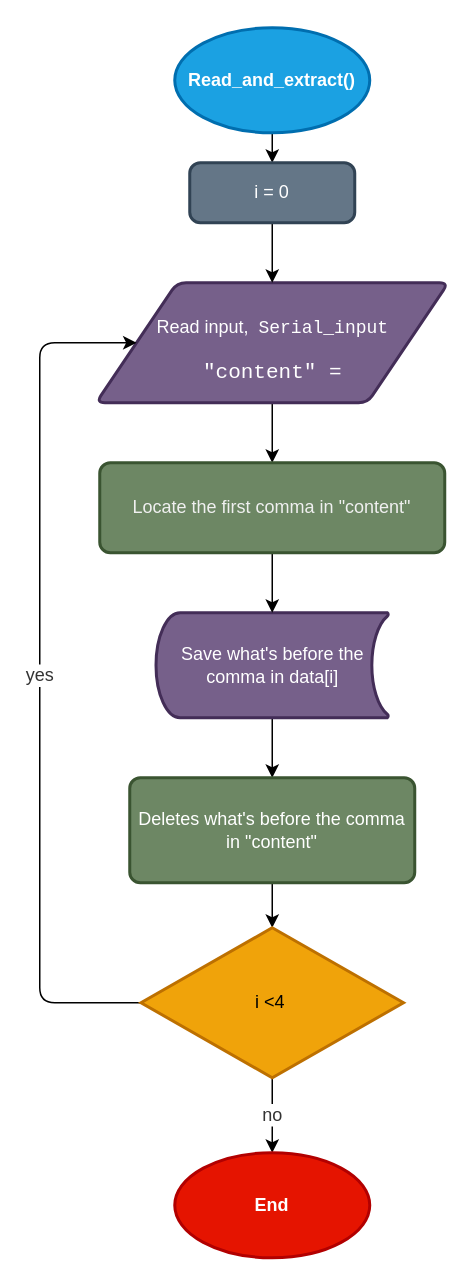
Earlier version of the draw.io diagram Flow charts/read_and_extract().drawio (Thibault-GILLARD/Blue_Robot_2022). Source tidied: cells renumbered, new cells numbered last; positions are measured from the earlier drawing's top-left corner, leaving out a move shared by most shapes. Both pictures are drawn from the tidied source at 150%, with x=0, y=0 at pixel (39, 27).
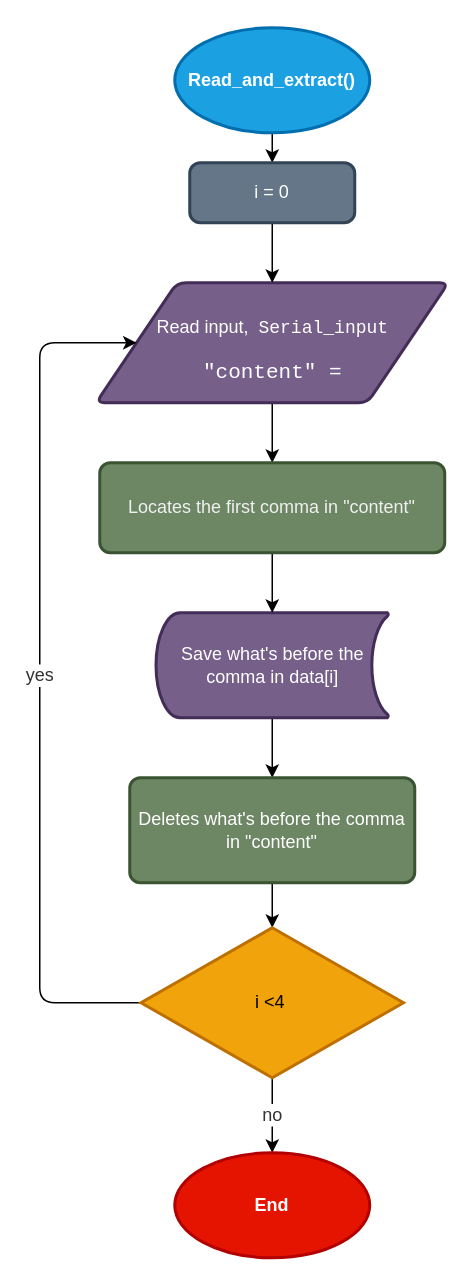
The same page after the edit.

What changed in the source:
```diff
@@
 <mxGraphModel>
   <root>
     <mxCell id="0" />
     <mxCell id="1" parent="0" />
     <mxCell id="2" style="edgeStyle=none;html=1;exitX=0.5;exitY=1;exitDx=0;exitDy=0;exitPerimeter=0;entryX=0.5;entryY=0;entryDx=0;entryDy=0;fontSize=12;fontColor=#FFFFFF;" parent="1" edge="1" source="3" target="13">
       <mxGeometry relative="1" as="geometry" />
     </mxCell>
     <mxCell id="3" value="Read_and_extract()" style="strokeWidth=2;html=1;shape=mxgraph.flowchart.start_1;whiteSpace=wrap;fillColor=#1ba1e2;strokeColor=#006EAF;shadow=0;fontStyle=1;fontColor=#ffffff;" parent="1" vertex="1">
       <mxGeometry x="90" width="130" height="70" as="geometry" />
     </mxCell>
     <mxCell id="4" style="edgeStyle=none;html=1;exitX=0.5;exitY=1;exitDx=0;exitDy=0;entryX=0.5;entryY=0;entryDx=0;entryDy=0;fontSize=12;fontColor=#FFFFFF;" parent="1" edge="1" source="5" target="9">
       <mxGeometry relative="1" as="geometry" />
     </mxCell>
     <mxCell id="5" value="&lt;p&gt;Read input,&amp;nbsp;&amp;nbsp;&lt;span style=&quot;color: rgb(255 , 255 , 255) ; font-family: &amp;#34;consolas&amp;#34; , &amp;#34;courier new&amp;#34; , monospace&quot;&gt;Serial_input&lt;/span&gt;&lt;/p&gt;&lt;div style=&quot;font-family: &amp;#34;consolas&amp;#34; , &amp;#34;courier new&amp;#34; , monospace ; font-size: 14px ; line-height: 19px&quot;&gt;&lt;font color=&quot;#ffffff&quot;&gt;&quot;content&quot; =&lt;/font&gt;&lt;/div&gt;" style="shape=parallelogram;html=1;strokeWidth=2;perimeter=parallelogramPerimeter;whiteSpace=wrap;rounded=1;arcSize=12;size=0.23;fillColor=#76608a;fontColor=#ffffff;strokeColor=#432D57;" parent="1" vertex="1">
       <mxGeometry x="37.5" y="170" width="235" height="80" as="geometry" />
     </mxCell>
     <mxCell id="6" style="edgeStyle=none;html=1;exitX=0.5;exitY=1;exitDx=0;exitDy=0;exitPerimeter=0;entryX=0.5;entryY=0;entryDx=0;entryDy=0;fontSize=12;fontColor=#FFFFFF;" parent="1" edge="1" source="7" target="11">
       <mxGeometry relative="1" as="geometry" />
     </mxCell>
     <mxCell id="7" value="Save what's before the comma in data[i]" style="strokeWidth=2;html=1;shape=mxgraph.flowchart.stored_data;whiteSpace=wrap;labelBackgroundColor=none;fontSize=12;fontColor=#ffffff;fillColor=#76608a;strokeColor=#432D57;" parent="1" vertex="1">
       <mxGeometry x="77.5" y="390" width="155" height="70" as="geometry" />
     </mxCell>
     <mxCell id="8" style="edgeStyle=none;html=1;exitX=0.5;exitY=1;exitDx=0;exitDy=0;entryX=0.5;entryY=0;entryDx=0;entryDy=0;entryPerimeter=0;fontSize=12;fontColor=#FFFFFF;" parent="1" edge="1" source="9" target="7">
       <mxGeometry relative="1" as="geometry" />
     </mxCell>
-    <mxCell id="9" value="&lt;span style=&quot;color: rgb(240 , 240 , 240)&quot;&gt;Locate the first comma in &quot;content&quot;&lt;/span&gt;" style="rounded=1;whiteSpace=wrap;html=1;absoluteArcSize=1;arcSize=14;strokeWidth=2;labelBackgroundColor=none;fontSize=12;fontColor=#ffffff;fillColor=#6d8764;strokeColor=#3A5431;" parent="1" vertex="1">
+    <mxCell id="9" value="&lt;span style=&quot;color: rgb(240 , 240 , 240)&quot;&gt;Locates the first comma in &quot;content&quot;&lt;/span&gt;" style="rounded=1;whiteSpace=wrap;html=1;absoluteArcSize=1;arcSize=14;strokeWidth=2;labelBackgroundColor=none;fontSize=12;fontColor=#ffffff;fillColor=#6d8764;strokeColor=#3A5431;" parent="1" vertex="1">
       <mxGeometry x="40" y="290" width="230" height="60" as="geometry" />
     </mxCell>
     <mxCell id="10" style="edgeStyle=none;html=1;exitX=0.5;exitY=1;exitDx=0;exitDy=0;entryX=0.5;entryY=0;entryDx=0;entryDy=0;entryPerimeter=0;fontSize=12;fontColor=#FFFFFF;" parent="1" edge="1" source="11" target="16">
       <mxGeometry relative="1" as="geometry" />
     </mxCell>
     <mxCell id="11" value="&lt;span&gt;Deletes what's before the comma in &quot;content&quot;&lt;/span&gt;" style="rounded=1;whiteSpace=wrap;html=1;absoluteArcSize=1;arcSize=14;strokeWidth=2;labelBackgroundColor=none;fontSize=12;fontColor=#ffffff;fillColor=#6d8764;strokeColor=#3A5431;" parent="1" vertex="1">
       <mxGeometry x="60" y="500" width="190" height="70" as="geometry" />
     </mxCell>
     <mxCell id="12" style="edgeStyle=none;html=1;exitX=0.5;exitY=1;exitDx=0;exitDy=0;entryX=0.5;entryY=0;entryDx=0;entryDy=0;fontSize=12;fontColor=#FFFFFF;" parent="1" edge="1" source="13" target="5">
       <mxGeometry relative="1" as="geometry" />
     </mxCell>
     <mxCell id="13" value="i = 0" style="rounded=1;whiteSpace=wrap;html=1;absoluteArcSize=1;arcSize=14;strokeWidth=2;labelBackgroundColor=none;fontSize=12;fontColor=#ffffff;fillColor=#647687;strokeColor=#314354;" parent="1" vertex="1">
       <mxGeometry x="100" y="90" width="110" height="40" as="geometry" />
     </mxCell>
     <mxCell id="14" value="&lt;font color=&quot;#333333&quot;&gt;yes&lt;/font&gt;" style="edgeStyle=none;html=1;entryX=0;entryY=0.5;entryDx=0;entryDy=0;fontSize=12;fontColor=#FFFFFF;exitX=0;exitY=0.5;exitDx=0;exitDy=0;exitPerimeter=0;" parent="1" edge="1" source="16" target="5">
       <mxGeometry relative="1" as="geometry">
         <Array as="points">
           <mxPoint y="650" />
           <mxPoint y="210" />
         </Array>
       </mxGeometry>
     </mxCell>
     <mxCell id="15" value="&lt;font color=&quot;#333333&quot;&gt;no&lt;/font&gt;" style="edgeStyle=none;html=1;exitX=0.5;exitY=1;exitDx=0;exitDy=0;exitPerimeter=0;entryX=0.5;entryY=0;entryDx=0;entryDy=0;entryPerimeter=0;fontSize=12;fontColor=#FFFFFF;" parent="1" edge="1" source="16" target="17">
       <mxGeometry relative="1" as="geometry" />
     </mxCell>
     <mxCell id="16" value="i &amp;lt;4&amp;nbsp;" style="strokeWidth=2;html=1;shape=mxgraph.flowchart.decision;whiteSpace=wrap;labelBackgroundColor=none;fontSize=12;fontColor=#000000;fillColor=#f0a30a;strokeColor=#BD7000;" parent="1" vertex="1">
       <mxGeometry x="67.5" y="600" width="175" height="100" as="geometry" />
     </mxCell>
     <mxCell id="17" value="End" style="strokeWidth=2;html=1;shape=mxgraph.flowchart.start_1;whiteSpace=wrap;fillColor=#e51400;strokeColor=#B20000;shadow=0;fontStyle=1;fontColor=#ffffff;" parent="1" vertex="1">
       <mxGeometry x="90" y="750" width="130" height="70" as="geometry" />
     </mxCell>
   </root>
 </mxGraphModel>
```
